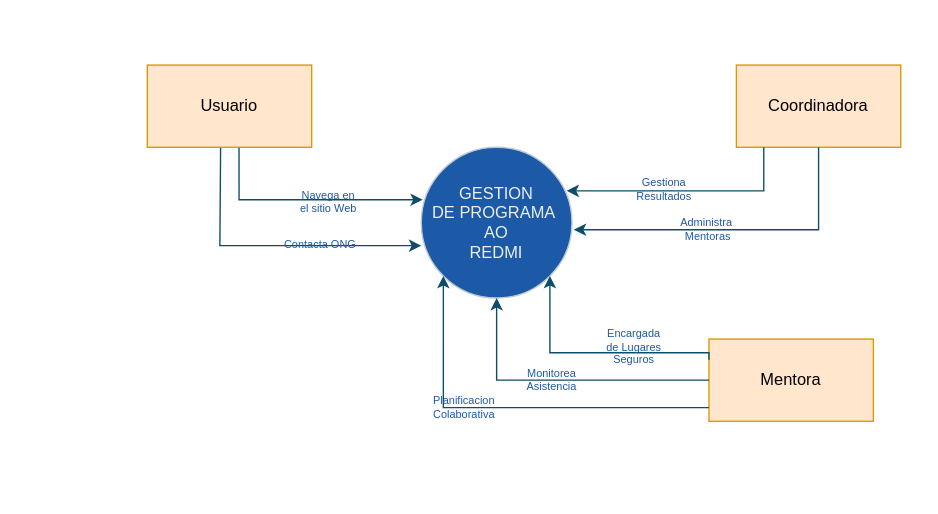
This is page "Diagrama Cero" (1 of 5) of REDMI.drawio from NealD00/Diagramin, a draw.io file, before an edit. Source tidied: cells renumbered, new cells numbered last; positions are measured from the earlier drawing's top-left corner, leaving out a move shared by most shapes. Both pictures are drawn from the tidied source at 137%, with x=0, y=0 at pixel (147, 64).
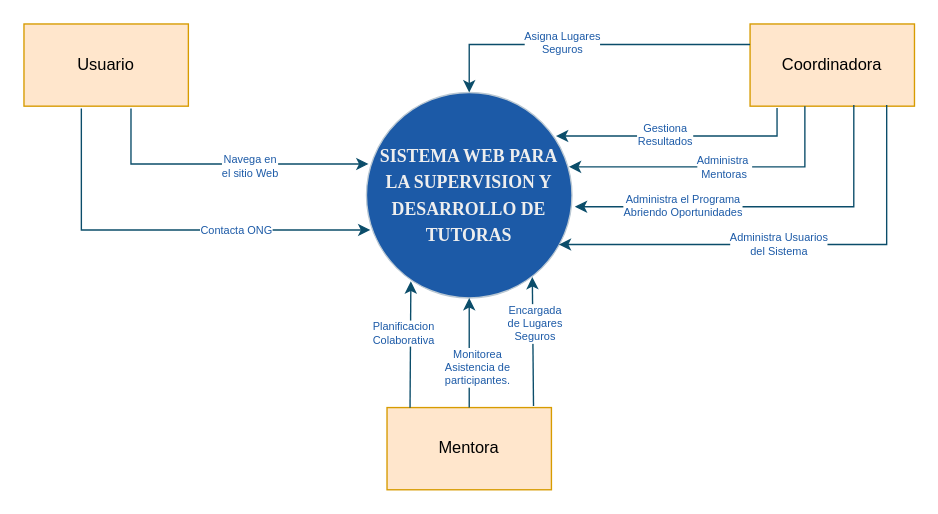
The same diagram, later.

Change to the diagram source:
```diff
@@
-    <mxCell id="2" value="GESTION&lt;div&gt;DE PROGRAMA&amp;nbsp; AO&lt;/div&gt;&lt;div&gt;REDMI&lt;/div&gt;" style="ellipse;whiteSpace=wrap;html=1;labelBackgroundColor=none;fillColor=#1C5AA7;strokeColor=#BAC8D3;fontColor=#EEEEEE;" parent="1" vertex="1">
-      <mxGeometry x="200" y="60" width="110" height="110" as="geometry" />
+    <mxCell id="2" value="&lt;b style=&quot;font-size: 13px;&quot;&gt;&lt;span lang=&quot;ES-GT&quot; style=&quot;line-height: 150%; font-family: &amp;quot;Times New Roman&amp;quot;, serif; font-size: 13px;&quot;&gt;SISTEMA WEB PARA LA SUPERVISION Y DESARROLLO DE&lt;br style=&quot;font-size: 13px;&quot;&gt;TUTORAS&lt;/span&gt;&lt;/b&gt;" style="ellipse;whiteSpace=wrap;html=1;labelBackgroundColor=none;fillColor=#1C5AA7;strokeColor=#BAC8D3;fontColor=#EEEEEE;fontSize=13;" parent="1" vertex="1">
+      <mxGeometry x="160" y="20" width="150" height="150" as="geometry" />
     </mxCell>
     <mxCell id="3" value="Usuario" style="rounded=0;whiteSpace=wrap;html=1;labelBackgroundColor=none;fillColor=#ffe6cc;strokeColor=#d79b00;" parent="1" vertex="1">
-      <mxGeometry width="120" height="60" as="geometry" />
+      <mxGeometry x="-90" y="-30" width="120" height="60" as="geometry" />
     </mxCell>
     <mxCell id="4" value="Mentora" style="rounded=0;whiteSpace=wrap;html=1;labelBackgroundColor=none;fillColor=#ffe6cc;strokeColor=#d79b00;" parent="1" vertex="1">
-      <mxGeometry x="410" y="200" width="120" height="60" as="geometry" />
+      <mxGeometry x="175" y="250" width="120" height="60" as="geometry" />
     </mxCell>
     <mxCell id="5" value="Coordinadora" style="rounded=0;whiteSpace=wrap;html=1;labelBackgroundColor=none;fillColor=#ffe6cc;strokeColor=#d79b00;" parent="1" vertex="1">
-      <mxGeometry x="430" width="120" height="60" as="geometry" />
+      <mxGeometry x="440" y="-30" width="120" height="60" as="geometry" />
     </mxCell>
-    <mxCell id="6" style="endArrow=classic;html=1;rounded=0;exitX=0.558;exitY=1.006;exitDx=0;exitDy=0;exitPerimeter=0;entryX=0.01;entryY=0.348;entryDx=0;entryDy=0;entryPerimeter=0;edgeStyle=orthogonalEdgeStyle;labelBackgroundColor=none;strokeColor=#0B4D6A;fontColor=default;" parent="1" edge="1" source="3" target="2">
+    <mxCell id="6" style="endArrow=classic;html=1;rounded=0;exitX=0.651;exitY=1.028;exitDx=0;exitDy=0;exitPerimeter=0;entryX=0.01;entryY=0.348;entryDx=0;entryDy=0;entryPerimeter=0;edgeStyle=orthogonalEdgeStyle;labelBackgroundColor=none;strokeColor=#0B4D6A;fontColor=default;" parent="1" edge="1" source="3" target="2">
       <mxGeometry relative="1" as="geometry">
         <Array as="points">
-          <mxPoint x="67" y="98" />
+          <mxPoint x="-12" y="72" />
         </Array>
       </mxGeometry>
     </mxCell>
-    <mxCell id="7" value="&lt;font style=&quot;font-size: 8px;&quot;&gt;Navega en&lt;/font&gt;&lt;div style=&quot;font-size: 8px;&quot;&gt;&lt;font style=&quot;font-size: 8px;&quot;&gt;el sitio Web&lt;/font&gt;&lt;/div&gt;" style="edgeLabel;html=1;align=center;verticalAlign=middle;fontSize=8;labelBackgroundColor=none;fontColor=#1C5AA7;" parent="6" vertex="1">
+    <mxCell id="7" value="&lt;font style=&quot;font-size: 8px;&quot;&gt;Navega en&lt;/font&gt;&lt;div style=&quot;font-size: 8px;&quot;&gt;&lt;font style=&quot;font-size: 8px;&quot;&gt;el sitio Web&lt;/font&gt;&lt;/div&gt;" style="edgeLabel;html=1;align=center;verticalAlign=middle;fontSize=8;labelBackgroundColor=default;fontColor=#1C5AA7;" parent="6" vertex="1">
       <mxGeometry x="0.19" y="-1" relative="1" as="geometry" />
     </mxCell>
-    <mxCell id="8" style="endArrow=classic;html=1;rounded=0;exitX=0.446;exitY=1.007;exitDx=0;exitDy=0;exitPerimeter=0;entryX=-0.002;entryY=0.573;entryDx=0;entryDy=0;entryPerimeter=0;edgeStyle=orthogonalEdgeStyle;labelBackgroundColor=none;strokeColor=#0B4D6A;fontColor=default;" parent="1" edge="1" source="3">
+    <mxCell id="8" style="endArrow=classic;html=1;rounded=0;exitX=0.349;exitY=1.028;exitDx=0;exitDy=0;exitPerimeter=0;edgeStyle=orthogonalEdgeStyle;labelBackgroundColor=none;strokeColor=#0B4D6A;fontColor=default;entryX=0.019;entryY=0.669;entryDx=0;entryDy=0;entryPerimeter=0;" parent="1" edge="1" source="3" target="2">
       <mxGeometry relative="1" as="geometry">
-        <mxPoint x="200" y="131.8" as="targetPoint" />
         <Array as="points">
-          <mxPoint x="54" y="63" />
-          <mxPoint x="53" y="63" />
-          <mxPoint x="53" y="132" />
+          <mxPoint x="-48" y="120" />
         </Array>
       </mxGeometry>
     </mxCell>
-    <mxCell id="9" value="Contacta ONG" style="edgeLabel;html=1;align=center;verticalAlign=middle;fontSize=8;labelBackgroundColor=none;fontColor=#1C5AA7;" parent="8" vertex="1">
-      <mxGeometry x="0.32" y="1" relative="1" as="geometry" />
+    <mxCell id="9" value="Contacta ONG" style="edgeLabel;html=1;align=center;verticalAlign=middle;fontSize=8;labelBackgroundColor=default;fontColor=#1C5AA7;" parent="8" vertex="1">
+      <mxGeometry relative="1" as="geometry">
+        <mxPoint x="51" as="offset" />
+      </mxGeometry>
     </mxCell>
-    <mxCell id="10" style="endArrow=classic;html=1;rounded=0;entryX=0.964;entryY=0.289;entryDx=0;entryDy=0;entryPerimeter=0;edgeStyle=orthogonalEdgeStyle;labelBackgroundColor=none;strokeColor=#0B4D6A;fontColor=default;" parent="1" edge="1" target="2">
+    <mxCell id="10" style="endArrow=classic;html=1;rounded=0;entryX=0.922;entryY=0.212;entryDx=0;entryDy=0;edgeStyle=orthogonalEdgeStyle;labelBackgroundColor=none;strokeColor=#0B4D6A;fontColor=default;exitX=0.164;exitY=1.023;exitDx=0;exitDy=0;exitPerimeter=0;entryPerimeter=0;" parent="1" edge="1" source="5" target="2">
       <mxGeometry relative="1" as="geometry">
-        <mxPoint x="450" y="60" as="sourcePoint" />
         <Array as="points">
-          <mxPoint x="450" y="92" />
+          <mxPoint x="460" y="52" />
         </Array>
       </mxGeometry>
     </mxCell>
-    <mxCell id="11" value="&lt;span style=&quot;font-size: 8px;&quot;&gt;Gestiona&lt;/span&gt;&lt;div style=&quot;font-size: 8px;&quot;&gt;&lt;span style=&quot;font-size: 8px;&quot;&gt;Resultados&lt;/span&gt;&lt;/div&gt;" style="edgeLabel;html=1;align=center;verticalAlign=middle;fontSize=8;labelBackgroundColor=none;fontColor=#1C5AA7;" parent="10" vertex="1">
-      <mxGeometry x="0.19" y="-1" relative="1" as="geometry" />
+    <mxCell id="11" value="&lt;span style=&quot;font-size: 8px;&quot;&gt;Gestiona&lt;/span&gt;&lt;div style=&quot;font-size: 8px;&quot;&gt;&lt;span style=&quot;font-size: 8px;&quot;&gt;Resultados&lt;/span&gt;&lt;/div&gt;" style="edgeLabel;html=1;align=center;verticalAlign=middle;fontSize=8;labelBackgroundColor=default;fontColor=#1C5AA7;" parent="10" vertex="1">
+      <mxGeometry x="0.19" y="-1" relative="1" as="geometry">
+        <mxPoint x="5" as="offset" />
+      </mxGeometry>
     </mxCell>
-    <mxCell id="12" style="endArrow=classic;html=1;rounded=0;entryX=1.012;entryY=0.547;entryDx=0;entryDy=0;entryPerimeter=0;edgeStyle=orthogonalEdgeStyle;exitX=0.5;exitY=1;exitDx=0;exitDy=0;labelBackgroundColor=none;strokeColor=#0B4D6A;fontColor=default;" parent="1" edge="1" source="5" target="2">
+    <mxCell id="12" style="endArrow=classic;html=1;rounded=0;entryX=0.985;entryY=0.362;entryDx=0;entryDy=0;edgeStyle=orthogonalEdgeStyle;labelBackgroundColor=none;strokeColor=#0B4D6A;fontColor=default;entryPerimeter=0;" parent="1" edge="1" target="2">
       <mxGeometry relative="1" as="geometry">
+        <mxPoint x="480" y="30" as="sourcePoint" />
         <Array as="points">
-          <mxPoint x="490" y="120" />
+          <mxPoint x="480" y="74" />
         </Array>
       </mxGeometry>
     </mxCell>
-    <mxCell id="13" value="&lt;span style=&quot;font-size: 8px;&quot;&gt;Administra&amp;nbsp;&lt;/span&gt;&lt;div style=&quot;font-size: 8px;&quot;&gt;&lt;span style=&quot;font-size: 8px;&quot;&gt;Mentoras&lt;/span&gt;&lt;/div&gt;" style="edgeLabel;html=1;align=center;verticalAlign=middle;fontSize=8;labelBackgroundColor=none;fontColor=#1C5AA7;" parent="12" vertex="1">
-      <mxGeometry x="0.19" y="-1" relative="1" as="geometry" />
+    <mxCell id="13" value="&lt;span style=&quot;font-size: 8px;&quot;&gt;Administra&amp;nbsp;&lt;/span&gt;&lt;div style=&quot;font-size: 8px;&quot;&gt;&lt;span style=&quot;font-size: 8px;&quot;&gt;Mentoras&lt;/span&gt;&lt;/div&gt;" style="edgeLabel;html=1;align=center;verticalAlign=middle;fontSize=8;labelBackgroundColor=default;fontColor=#1C5AA7;" parent="12" vertex="1">
+      <mxGeometry x="0.19" y="-1" relative="1" as="geometry">
+        <mxPoint x="25" y="1" as="offset" />
+      </mxGeometry>
     </mxCell>
-    <mxCell id="14" style="endArrow=classic;html=1;rounded=0;edgeStyle=orthogonalEdgeStyle;entryX=1;entryY=1;entryDx=0;entryDy=0;exitX=0;exitY=0.25;exitDx=0;exitDy=0;labelBackgroundColor=none;strokeColor=#0B4D6A;fontColor=default;" parent="1" edge="1" source="4" target="2">
-      <mxGeometry relative="1" as="geometry">
-        <Array as="points">
-          <mxPoint x="410" y="210" />
-          <mxPoint x="294" y="210" />
-        </Array>
-      </mxGeometry>
+    <mxCell id="14" style="endArrow=classic;html=1;rounded=0;exitX=0.891;exitY=-0.018;exitDx=0;exitDy=0;labelBackgroundColor=none;strokeColor=#0B4D6A;fontColor=default;exitPerimeter=0;entryX=0.807;entryY=0.898;entryDx=0;entryDy=0;entryPerimeter=0;" parent="1" edge="1" source="4" target="2">
+      <mxGeometry relative="1" as="geometry" />
     </mxCell>
-    <mxCell id="15" value="&lt;span style=&quot;font-size: 8px;&quot;&gt;Encargada&lt;/span&gt;&lt;div style=&quot;font-size: 8px;&quot;&gt;&lt;span style=&quot;font-size: 8px;&quot;&gt;de Lugares&lt;/span&gt;&lt;/div&gt;&lt;div style=&quot;font-size: 8px;&quot;&gt;&lt;span style=&quot;font-size: 8px;&quot;&gt;Seguros&lt;/span&gt;&lt;/div&gt;" style="edgeLabel;html=1;align=center;verticalAlign=middle;fontSize=8;labelBackgroundColor=none;fontColor=#1C5AA7;" parent="14" vertex="1">
+    <mxCell id="15" value="&lt;span style=&quot;font-size: 8px;&quot;&gt;Encargada&lt;/span&gt;&lt;div style=&quot;font-size: 8px;&quot;&gt;&lt;span style=&quot;font-size: 8px;&quot;&gt;de Lugares&lt;/span&gt;&lt;/div&gt;&lt;div style=&quot;font-size: 8px;&quot;&gt;&lt;span style=&quot;font-size: 8px;&quot;&gt;Seguros&lt;/span&gt;&lt;/div&gt;" style="edgeLabel;html=1;align=center;verticalAlign=middle;fontSize=8;labelBackgroundColor=default;fontColor=#1C5AA7;" parent="14" vertex="1">
       <mxGeometry x="0.19" y="-1" relative="1" as="geometry">
-        <mxPoint x="44" y="-4" as="offset" />
+        <mxPoint y="-4" as="offset" />
       </mxGeometry>
     </mxCell>
-    <mxCell id="16" style="endArrow=classic;html=1;rounded=0;edgeStyle=orthogonalEdgeStyle;exitX=0;exitY=0.5;exitDx=0;exitDy=0;entryX=0.5;entryY=1;entryDx=0;entryDy=0;labelBackgroundColor=none;strokeColor=#0B4D6A;fontColor=default;" parent="1" edge="1" source="4" target="2">
-      <mxGeometry relative="1" as="geometry">
-        <Array as="points">
-          <mxPoint x="255" y="230" />
-        </Array>
-      </mxGeometry>
+    <mxCell id="16" style="endArrow=classic;html=1;rounded=0;exitX=0.5;exitY=0;exitDx=0;exitDy=0;entryX=0.5;entryY=1;entryDx=0;entryDy=0;labelBackgroundColor=none;strokeColor=#0B4D6A;fontColor=default;" parent="1" edge="1" source="4" target="2">
+      <mxGeometry relative="1" as="geometry" />
     </mxCell>
-    <mxCell id="17" value="&lt;span style=&quot;font-size: 8px;&quot;&gt;Monitorea&lt;/span&gt;&lt;div style=&quot;font-size: 8px;&quot;&gt;&lt;span style=&quot;font-size: 8px;&quot;&gt;Asistencia&lt;/span&gt;&lt;/div&gt;" style="edgeLabel;html=1;align=center;verticalAlign=middle;fontSize=8;labelBackgroundColor=none;fontColor=#1C5AA7;" parent="16" vertex="1">
+    <mxCell id="17" value="&lt;span style=&quot;font-size: 8px;&quot;&gt;Monitorea&lt;/span&gt;&lt;div style=&quot;font-size: 8px;&quot;&gt;&lt;span style=&quot;font-size: 8px;&quot;&gt;Asistencia de&lt;/span&gt;&lt;/div&gt;&lt;div style=&quot;font-size: 8px;&quot;&gt;participantes.&lt;/div&gt;" style="edgeLabel;html=1;align=center;verticalAlign=middle;fontSize=8;labelBackgroundColor=default;fontColor=#1C5AA7;" parent="16" vertex="1">
       <mxGeometry x="0.19" y="-1" relative="1" as="geometry">
-        <mxPoint x="12" as="offset" />
+        <mxPoint x="4" y="18" as="offset" />
       </mxGeometry>
     </mxCell>
-    <mxCell id="18" style="endArrow=classic;html=1;rounded=0;edgeStyle=orthogonalEdgeStyle;entryX=0;entryY=1;entryDx=0;entryDy=0;labelBackgroundColor=none;strokeColor=#0B4D6A;fontColor=default;" parent="1" edge="1" target="2">
-      <mxGeometry relative="1" as="geometry">
-        <mxPoint x="410" y="250" as="sourcePoint" />
-        <Array as="points">
-          <mxPoint x="216" y="250" />
-        </Array>
-      </mxGeometry>
+    <mxCell id="18" style="endArrow=classic;html=1;rounded=0;entryX=0.216;entryY=0.919;entryDx=0;entryDy=0;labelBackgroundColor=none;strokeColor=#0B4D6A;fontColor=default;exitX=0.14;exitY=0.003;exitDx=0;exitDy=0;exitPerimeter=0;entryPerimeter=0;" parent="1" edge="1" source="4" target="2">
+      <mxGeometry relative="1" as="geometry" />
     </mxCell>
-    <mxCell id="19" value="&lt;span style=&quot;font-size: 8px;&quot;&gt;Planificacion&lt;/span&gt;&lt;div style=&quot;font-size: 8px;&quot;&gt;&lt;span style=&quot;font-size: 8px;&quot;&gt;Colaborativa&lt;/span&gt;&lt;/div&gt;" style="edgeLabel;html=1;align=center;verticalAlign=middle;fontSize=8;labelBackgroundColor=none;fontColor=#1C5AA7;" parent="18" vertex="1">
+    <mxCell id="19" value="&lt;span style=&quot;font-size: 8px;&quot;&gt;Planificacion&lt;/span&gt;&lt;div style=&quot;font-size: 8px;&quot;&gt;&lt;span style=&quot;font-size: 8px;&quot;&gt;Colaborativa&lt;/span&gt;&lt;/div&gt;" style="edgeLabel;html=1;align=center;verticalAlign=middle;fontSize=8;labelBackgroundColor=default;fontColor=#1C5AA7;" parent="18" vertex="1">
       <mxGeometry x="0.19" y="-1" relative="1" as="geometry">
         <mxPoint x="-7" as="offset" />
       </mxGeometry>
     </mxCell>
+    <mxCell id="20" style="endArrow=classic;html=1;rounded=0;entryX=1.014;entryY=0.556;entryDx=0;entryDy=0;edgeStyle=orthogonalEdgeStyle;exitX=0.631;exitY=0.986;exitDx=0;exitDy=0;labelBackgroundColor=none;strokeColor=#0B4D6A;fontColor=default;entryPerimeter=0;exitPerimeter=0;" parent="1" edge="1" source="5" target="2">
+      <mxGeometry relative="1" as="geometry">
+        <Array as="points">
+          <mxPoint x="516" y="103" />
+        </Array>
+      </mxGeometry>
+    </mxCell>
+    <mxCell id="21" value="Administra el Programa&lt;div&gt;Abriendo Oportunidades&lt;/div&gt;" style="edgeLabel;html=1;align=center;verticalAlign=middle;fontSize=8;labelBackgroundColor=default;fontColor=#1C5AA7;" parent="20" vertex="1">
+      <mxGeometry x="0.19" y="-1" relative="1" as="geometry">
+        <mxPoint x="-34" as="offset" />
+      </mxGeometry>
+    </mxCell>
+    <mxCell id="22" style="endArrow=classic;html=1;rounded=0;entryX=0.936;entryY=0.74;entryDx=0;entryDy=0;edgeStyle=orthogonalEdgeStyle;exitX=0.831;exitY=0.986;exitDx=0;exitDy=0;labelBackgroundColor=none;strokeColor=#0B4D6A;fontColor=default;entryPerimeter=0;exitPerimeter=0;" parent="1" edge="1" source="5" target="2">
+      <mxGeometry relative="1" as="geometry">
+        <Array as="points">
+          <mxPoint x="540" y="131" />
+        </Array>
+      </mxGeometry>
+    </mxCell>
+    <mxCell id="23" value="Administra Usuarios&lt;div&gt;del Sistema&lt;/div&gt;" style="edgeLabel;html=1;align=center;verticalAlign=middle;fontSize=8;labelBackgroundColor=default;fontColor=#1C5AA7;" parent="22" vertex="1">
+      <mxGeometry x="0.19" y="-1" relative="1" as="geometry">
+        <mxPoint x="22" as="offset" />
+      </mxGeometry>
+    </mxCell>
+    <mxCell id="24" style="endArrow=classic;html=1;rounded=0;entryX=0.5;entryY=0;entryDx=0;entryDy=0;edgeStyle=orthogonalEdgeStyle;labelBackgroundColor=none;strokeColor=#0B4D6A;fontColor=default;exitX=0;exitY=0.25;exitDx=0;exitDy=0;" parent="1" edge="1" source="5" target="2">
+      <mxGeometry relative="1" as="geometry">
+        <Array as="points">
+          <mxPoint x="235" y="-15" />
+        </Array>
+      </mxGeometry>
+    </mxCell>
+    <mxCell id="25" value="Asigna Lugares&lt;div&gt;Seguros&lt;/div&gt;" style="edgeLabel;html=1;align=center;verticalAlign=middle;fontSize=8;labelBackgroundColor=default;fontColor=#1C5AA7;" parent="24" vertex="1">
+      <mxGeometry x="0.19" y="-1" relative="1" as="geometry">
+        <mxPoint x="5" as="offset" />
+      </mxGeometry>
+    </mxCell>
```
